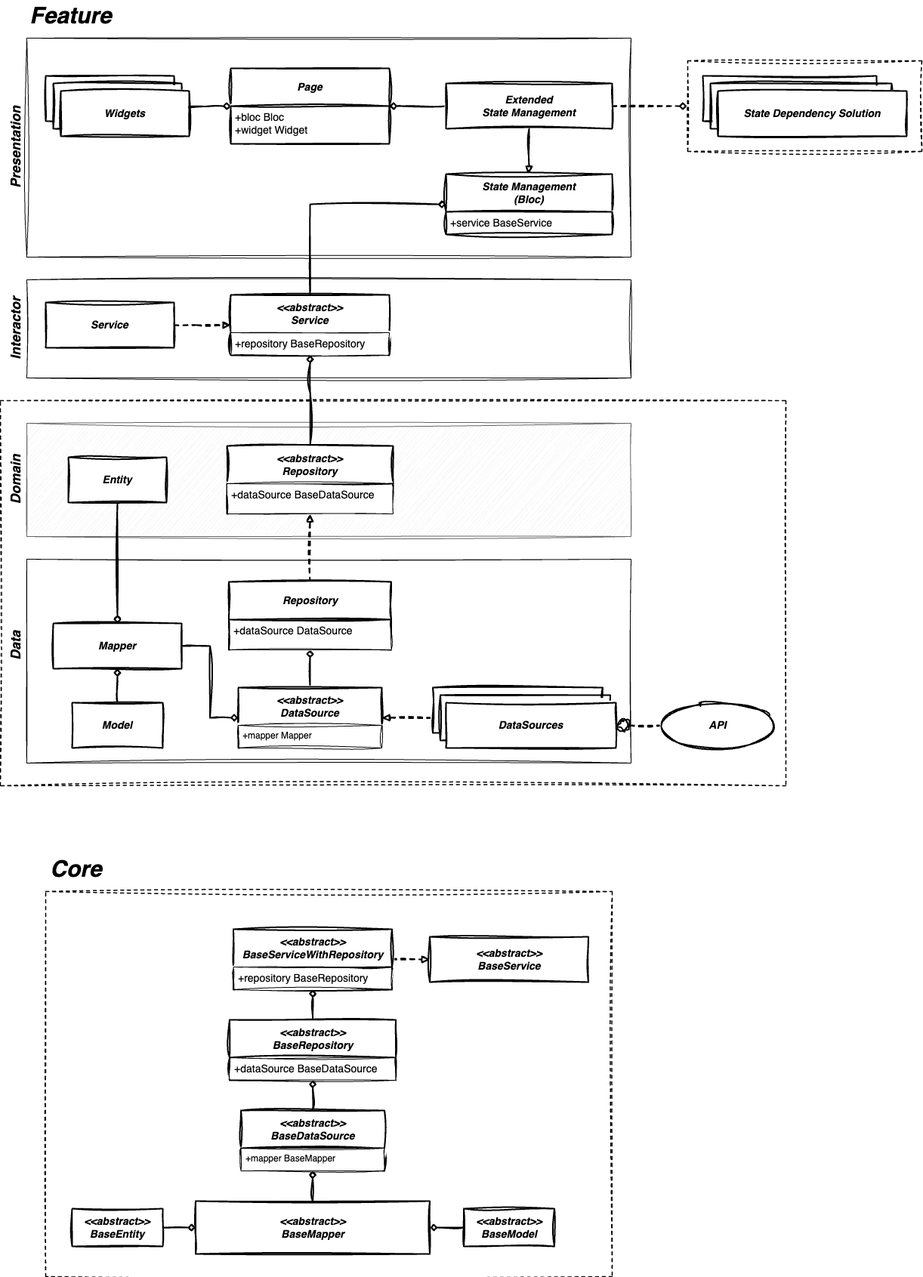
This is architecture.drawio.png from hamed-rezaee/flutter_component_architecture_poc, a draw.io export, as it was before one commit. Source tidied: cells renumbered, new cells last; positions are measured from the earlier drawing's top-left corner, leaving out a move shared by most shapes.
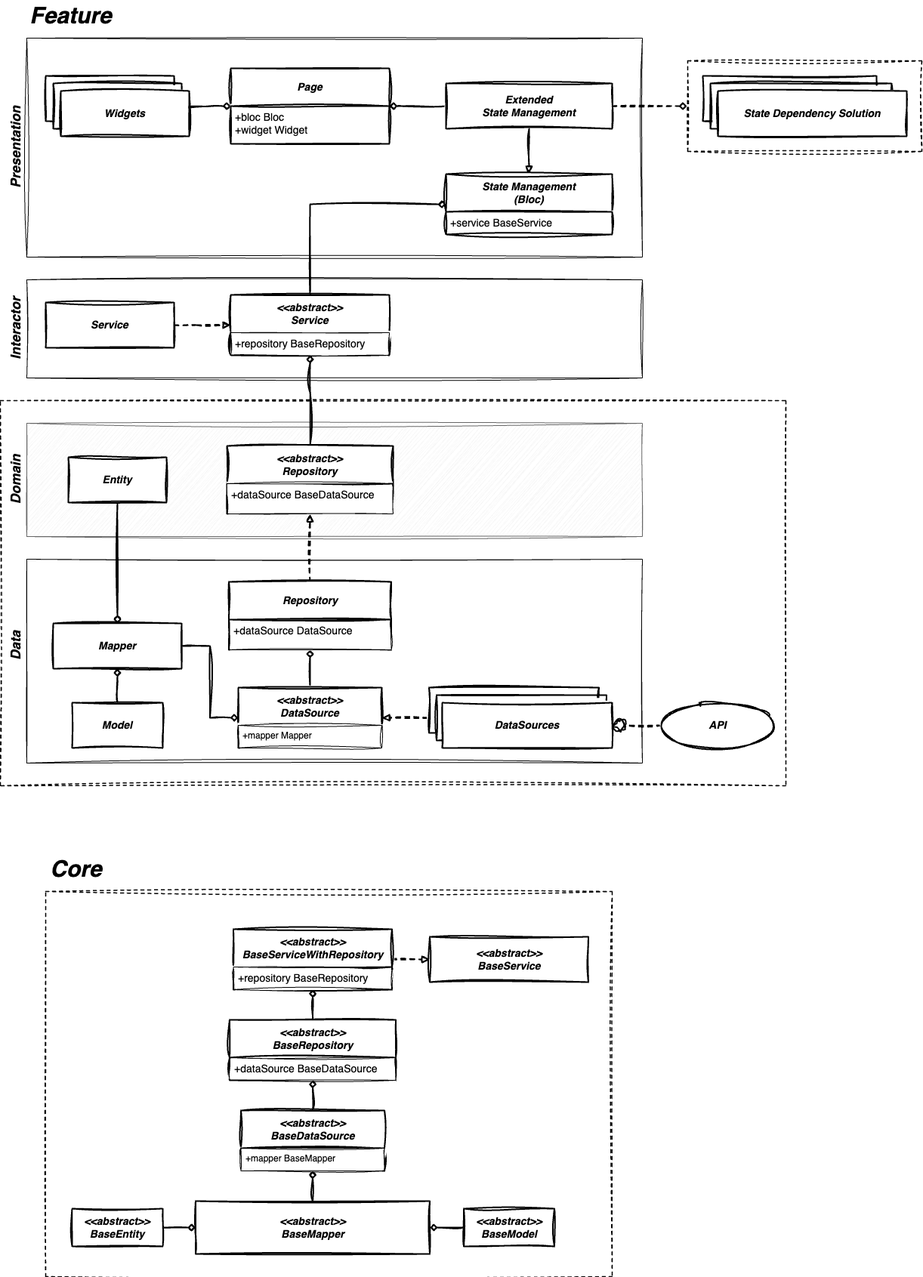
The same file after the commit.

Commit message:
update architecture diagram

What changed in the source:
```diff
@@ -2,23 +2,23 @@
   <root>
     <mxCell id="0" />
     <mxCell id="1" parent="0" />
-    <mxCell id="2" style="rounded=0;whiteSpace=wrap;html=1;dashed=1;shadow=0;glass=0;sketch=1;curveFitting=1;jiggle=2;strokeWidth=1.5;perimeterSpacing=1;" parent="1" vertex="1">
+    <mxCell id="2" style="rounded=0;whiteSpace=wrap;html=1;dashed=1;shadow=0;glass=0;sketch=1;curveFitting=1;jiggle=2;strokeWidth=1.5;perimeterSpacing=1;fillColor=none;" parent="1" vertex="1">
       <mxGeometry x="60" y="1180" width="750" height="510" as="geometry" />
     </mxCell>
-    <mxCell id="3" style="rounded=0;whiteSpace=wrap;html=1;dashed=1;shadow=0;glass=0;sketch=1;curveFitting=1;jiggle=2;strokeWidth=1.5;perimeterSpacing=1;" parent="1" vertex="1">
+    <mxCell id="3" style="rounded=0;whiteSpace=wrap;html=1;dashed=1;shadow=0;glass=0;sketch=1;curveFitting=1;jiggle=2;strokeWidth=1.5;perimeterSpacing=1;fillColor=none;" parent="1" vertex="1">
       <mxGeometry y="530" width="1040" height="510" as="geometry" />
     </mxCell>
-    <mxCell id="4" style="rounded=0;whiteSpace=wrap;html=1;sketch=1;curveFitting=1;jiggle=2;" parent="1" vertex="1">
-      <mxGeometry x="35" y="370" width="800" height="130" as="geometry" />
+    <mxCell id="4" style="rounded=0;whiteSpace=wrap;html=1;sketch=1;curveFitting=1;jiggle=2;fillColor=none;" parent="1" vertex="1">
+      <mxGeometry x="35" y="370" width="815" height="130" as="geometry" />
     </mxCell>
-    <mxCell id="5" style="rounded=0;whiteSpace=wrap;html=1;sketch=1;curveFitting=1;jiggle=2;" parent="1" vertex="1">
-      <mxGeometry x="35" y="50" width="800" height="290" as="geometry" />
+    <mxCell id="5" style="rounded=0;whiteSpace=wrap;html=1;sketch=1;curveFitting=1;jiggle=2;fillColor=none;" parent="1" vertex="1">
+      <mxGeometry x="35" y="50" width="815" height="290" as="geometry" />
     </mxCell>
     <mxCell id="6" style="rounded=0;whiteSpace=wrap;html=1;sketch=1;curveFitting=1;jiggle=2;fillColor=#f5f5f5;fontColor=#333333;strokeColor=#666666;" parent="1" vertex="1">
-      <mxGeometry x="35" y="560" width="800" height="150" as="geometry" />
+      <mxGeometry x="35" y="560" width="815" height="150" as="geometry" />
     </mxCell>
-    <mxCell id="7" style="rounded=0;whiteSpace=wrap;html=1;sketch=1;curveFitting=1;jiggle=2;" parent="1" vertex="1">
-      <mxGeometry x="35" y="740" width="800" height="270" as="geometry" />
+    <mxCell id="7" style="rounded=0;whiteSpace=wrap;html=1;sketch=1;curveFitting=1;jiggle=2;fillColor=none;" parent="1" vertex="1">
+      <mxGeometry x="35" y="740" width="815" height="270" as="geometry" />
     </mxCell>
     <mxCell id="8" style="rounded=0;whiteSpace=wrap;html=1;dashed=1;shadow=0;glass=0;sketch=1;curveFitting=1;jiggle=2;strokeWidth=1.5;perimeterSpacing=1;" parent="1" vertex="1">
       <mxGeometry x="910" y="80" width="310" height="120" as="geometry" />
@@ -33,7 +33,7 @@
       <mxGeometry relative="1" as="geometry" />
     </mxCell>
     <mxCell id="12" value="&lt;b&gt;&lt;i&gt;&lt;font style=&quot;font-size: 14px;&quot;&gt;DataSource&lt;br&gt;&lt;/font&gt;&lt;/i&gt;&lt;/b&gt;" style="rounded=0;whiteSpace=wrap;html=1;sketch=1;curveFitting=1;jiggle=2;fontSize=14;fontStyle=0;startSize=50;strokeWidth=2;shadow=0;dashed=0;arcSize=4;" parent="1" vertex="1">
-      <mxGeometry x="572.5" y="910" width="225" height="60" as="geometry" />
+      <mxGeometry x="567.5" y="910" width="225" height="60" as="geometry" />
     </mxCell>
     <mxCell id="13" value="&lt;b style=&quot;border-color: var(--border-color); font-size: 12px;&quot;&gt;&lt;i style=&quot;border-color: var(--border-color);&quot;&gt;&lt;font style=&quot;border-color: var(--border-color); font-size: 14px;&quot;&gt;&amp;lt;&amp;lt;abstract&amp;gt;&amp;gt;&lt;br style=&quot;border-color: var(--border-color);&quot;&gt;Repository&lt;/font&gt;&lt;/i&gt;&lt;/b&gt;" style="swimlane;horizontal=1;startSize=50;rounded=0;fontSize=14;fontStyle=0;strokeWidth=2;shadow=0;dashed=0;align=center;arcSize=4;whiteSpace=wrap;html=1;fillStyle=auto;sketch=1;curveFitting=1;jiggle=2;swimlaneFillColor=default;swimlaneLine=1;glass=0;" parent="1" vertex="1">
       <mxGeometry x="300" y="590" width="220" height="90" as="geometry" />
@@ -140,10 +140,10 @@
       </mxGeometry>
     </mxCell>
     <mxCell id="42" value="&lt;b&gt;&lt;i&gt;&lt;font style=&quot;font-size: 14px;&quot;&gt;DataSource&lt;br&gt;&lt;/font&gt;&lt;/i&gt;&lt;/b&gt;" style="rounded=0;whiteSpace=wrap;html=1;sketch=1;curveFitting=1;jiggle=2;fontSize=14;fontStyle=0;startSize=50;strokeWidth=2;shadow=0;dashed=0;arcSize=4;" parent="1" vertex="1">
-      <mxGeometry x="582.5" y="920" width="225" height="60" as="geometry" />
+      <mxGeometry x="577.5" y="920" width="225" height="60" as="geometry" />
     </mxCell>
     <mxCell id="43" value="&lt;b&gt;&lt;i&gt;&lt;font style=&quot;font-size: 14px;&quot;&gt;DataSources&lt;br&gt;&lt;/font&gt;&lt;/i&gt;&lt;/b&gt;" style="rounded=0;whiteSpace=wrap;html=1;sketch=1;curveFitting=1;jiggle=2;fontSize=14;fontStyle=0;startSize=50;strokeWidth=2;shadow=0;dashed=0;arcSize=4;" parent="1" vertex="1">
-      <mxGeometry x="590" y="930" width="225" height="60" as="geometry" />
+      <mxGeometry x="585" y="930" width="225" height="60" as="geometry" />
     </mxCell>
     <mxCell id="44" style="edgeStyle=orthogonalEdgeStyle;rounded=0;jettySize=auto;html=1;sketch=1;curveFitting=1;jiggle=2;endArrow=diamond;endFill=0;dashed=1;strokeWidth=2;exitX=1;exitY=0.5;exitDx=0;exitDy=0;entryX=0;entryY=0.5;entryDx=0;entryDy=0;" parent="1" edge="1" source="28" target="8">
       <mxGeometry relative="1" as="geometry" />
```
